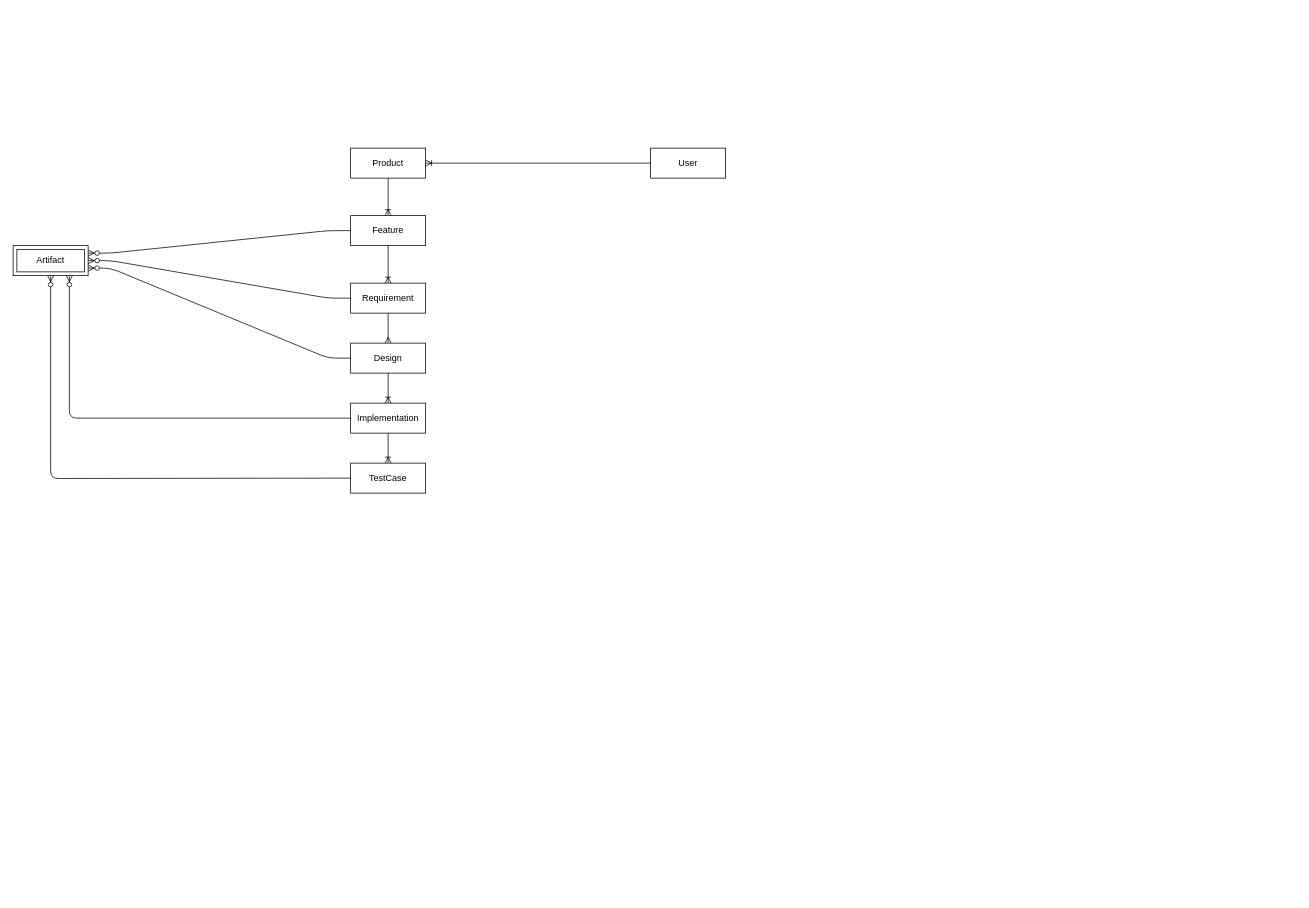
The draw.io diagram page "Page-1" (1 of 13) of hnc.drawio in haclong/drawings, before the edit. Source tidied: cells renumbered, new cells numbered last; positions are measured from the earlier drawing's top-left corner, leaving out a move shared by most shapes. Both pictures are drawn from the tidied source at 75%, with x=0, y=0 at pixel (13, 148).
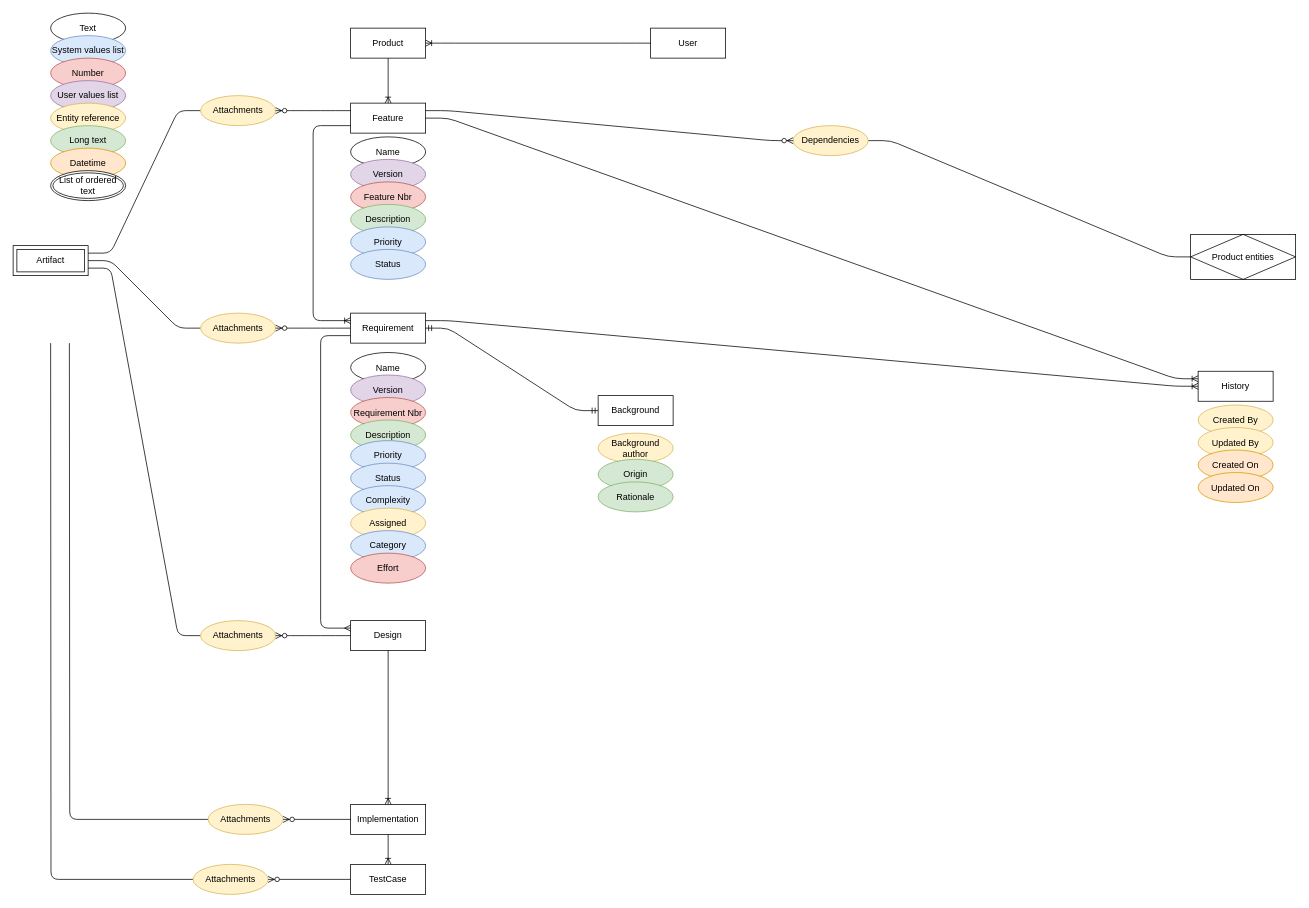
After the change.

Unchanged cells that the change refers to:
```xml
<mxCell id="15" value="Artifact" style="shape=ext;margin=3;double=1;whiteSpace=wrap;html=1;align=center;" parent="1" vertex="1">
  <mxGeometry y="130" width="100" height="40" as="geometry" />
</mxCell>
```

Change to the diagram source:
```diff
@@
+    <mxCell id="21" value="Name" style="ellipse;whiteSpace=wrap;html=1;align=center;" parent="1" vertex="1">
+      <mxGeometry x="450" y="272.5" width="100" height="40" as="geometry" />
+    </mxCell>
+    <mxCell id="22" value="Version" style="ellipse;whiteSpace=wrap;html=1;align=center;fillColor=#e1d5e7;strokeColor=#9673a6;" parent="1" vertex="1">
+      <mxGeometry x="450" y="302.5" width="100" height="40" as="geometry" />
+    </mxCell>
+    <mxCell id="23" value="Requirement Nbr" style="ellipse;whiteSpace=wrap;html=1;align=center;fillColor=#f8cecc;strokeColor=#b85450;" parent="1" vertex="1">
+      <mxGeometry x="450" y="332.5" width="100" height="40" as="geometry" />
+    </mxCell>
+    <mxCell id="24" value="Description" style="ellipse;whiteSpace=wrap;html=1;align=center;fillColor=#d5e8d4;strokeColor=#82b366;" parent="1" vertex="1">
+      <mxGeometry x="450" y="362.5" width="100" height="40" as="geometry" />
+    </mxCell>
     <mxCell id="2" value="User" style="whiteSpace=wrap;html=1;align=center;" parent="1" vertex="1">
-      <mxGeometry x="850" width="100" height="40" as="geometry" />
+      <mxGeometry x="850" y="-160" width="100" height="40" as="geometry" />
     </mxCell>
     <mxCell id="3" value="Product" style="whiteSpace=wrap;html=1;align=center;" parent="1" vertex="1">
-      <mxGeometry x="450" width="100" height="40" as="geometry" />
+      <mxGeometry x="450" y="-160" width="100" height="40" as="geometry" />
     </mxCell>
     <mxCell id="4" value="Feature" style="whiteSpace=wrap;html=1;align=center;" parent="1" vertex="1">
-      <mxGeometry x="450" y="90" width="100" height="40" as="geometry" />
+      <mxGeometry x="450" y="-60" width="100" height="40" as="geometry" />
     </mxCell>
     <mxCell id="5" value="Requirement" style="whiteSpace=wrap;html=1;align=center;" parent="1" vertex="1">
-      <mxGeometry x="450" y="180" width="100" height="40" as="geometry" />
+      <mxGeometry x="450" y="220" width="100" height="40" as="geometry" />
     </mxCell>
     <mxCell id="6" value="Design" style="whiteSpace=wrap;html=1;align=center;" parent="1" vertex="1">
-      <mxGeometry x="450" y="260" width="100" height="40" as="geometry" />
+      <mxGeometry x="450" y="630" width="100" height="40" as="geometry" />
     </mxCell>
     <mxCell id="7" value="Implementation" style="whiteSpace=wrap;html=1;align=center;" parent="1" vertex="1">
-      <mxGeometry x="450" y="340" width="100" height="40" as="geometry" />
+      <mxGeometry x="450" y="875" width="100" height="40" as="geometry" />
     </mxCell>
     <mxCell id="8" value="TestCase" style="whiteSpace=wrap;html=1;align=center;" parent="1" vertex="1">
-      <mxGeometry x="450" y="420" width="100" height="40" as="geometry" />
+      <mxGeometry x="450" y="955" width="100" height="40" as="geometry" />
     </mxCell>
@@
-    <mxCell id="11" style="fontSize=12;html=1;endArrow=ERoneToMany;exitX=0.5;exitY=1;exitDx=0;exitDy=0;" parent="1" edge="1" source="4" target="5">
-      <mxGeometry relative="1" as="geometry" />
+    <mxCell id="11" style="fontSize=12;html=1;endArrow=ERoneToMany;exitX=0;exitY=0.75;exitDx=0;exitDy=0;edgeStyle=orthogonalEdgeStyle;entryX=0;entryY=0.25;entryDx=0;entryDy=0;" parent="1" edge="1" source="4" target="5">
+      <mxGeometry relative="1" as="geometry">
+        <Array as="points">
+          <mxPoint x="400" y="-30" />
+          <mxPoint x="400" y="230" />
+        </Array>
+      </mxGeometry>
     </mxCell>
-    <mxCell id="12" style="fontSize=12;html=1;endArrow=ERmany;exitX=0.5;exitY=1;exitDx=0;exitDy=0;" parent="1" edge="1" source="5" target="6">
-      <mxGeometry relative="1" as="geometry" />
+    <mxCell id="12" style="fontSize=12;html=1;endArrow=ERmany;exitX=0;exitY=0.75;exitDx=0;exitDy=0;entryX=0;entryY=0.25;entryDx=0;entryDy=0;edgeStyle=orthogonalEdgeStyle;" parent="1" edge="1" source="5" target="6">
+      <mxGeometry relative="1" as="geometry">
+        <Array as="points">
+          <mxPoint x="410" y="250" />
+          <mxPoint x="410" y="640" />
+        </Array>
+      </mxGeometry>
     </mxCell>
@@
-    <mxCell id="16" style="edgeStyle=entityRelationEdgeStyle;fontSize=12;html=1;endArrow=ERzeroToMany;endFill=1;exitX=0;exitY=0.5;exitDx=0;exitDy=0;entryX=1;entryY=0.25;entryDx=0;entryDy=0;" parent="1" edge="1" source="4" target="15">
+    <mxCell id="16" style="edgeStyle=entityRelationEdgeStyle;fontSize=12;html=1;endArrow=none;endFill=0;exitX=0;exitY=0.5;exitDx=0;exitDy=0;entryX=1;entryY=0.25;entryDx=0;entryDy=0;startArrow=none;" parent="1" edge="1" source="32" target="15">
       <mxGeometry relative="1" as="geometry" />
     </mxCell>
-    <mxCell id="17" style="edgeStyle=entityRelationEdgeStyle;fontSize=12;html=1;endArrow=ERzeroToMany;endFill=1;exitX=0;exitY=0.5;exitDx=0;exitDy=0;entryX=1;entryY=0.5;entryDx=0;entryDy=0;" parent="1" edge="1" source="5" target="15">
+    <mxCell id="17" style="edgeStyle=entityRelationEdgeStyle;fontSize=12;html=1;endArrow=none;endFill=0;exitX=0;exitY=0.5;exitDx=0;exitDy=0;entryX=1;entryY=0.5;entryDx=0;entryDy=0;startArrow=none;" parent="1" edge="1" source="35" target="15">
       <mxGeometry relative="1" as="geometry" />
     </mxCell>
-    <mxCell id="18" style="edgeStyle=entityRelationEdgeStyle;fontSize=12;html=1;endArrow=ERzeroToMany;endFill=1;exitX=0;exitY=0.5;exitDx=0;exitDy=0;entryX=1;entryY=0.75;entryDx=0;entryDy=0;" parent="1" edge="1" source="6" target="15">
+    <mxCell id="18" style="edgeStyle=entityRelationEdgeStyle;fontSize=12;html=1;endArrow=none;endFill=0;exitX=0;exitY=0.5;exitDx=0;exitDy=0;entryX=1;entryY=0.75;entryDx=0;entryDy=0;startArrow=none;" parent="1" edge="1" source="37" target="15">
       <mxGeometry relative="1" as="geometry" />
     </mxCell>
-    <mxCell id="19" style="edgeStyle=orthogonalEdgeStyle;fontSize=12;html=1;endArrow=ERzeroToMany;endFill=1;exitX=0;exitY=0.5;exitDx=0;exitDy=0;entryX=0.75;entryY=1;entryDx=0;entryDy=0;elbow=vertical;" parent="1" edge="1" source="7" target="15">
-      <mxGeometry relative="1" as="geometry" />
+    <mxCell id="19" style="edgeStyle=orthogonalEdgeStyle;fontSize=12;html=1;endArrow=none;endFill=0;exitX=0;exitY=0.5;exitDx=0;exitDy=0;entryX=0.75;entryY=1;entryDx=0;entryDy=0;elbow=vertical;startArrow=none;" parent="1" edge="1" source="39">
+      <mxGeometry relative="1" as="geometry">
+        <mxPoint x="75" y="260" as="targetPoint" />
+      </mxGeometry>
     </mxCell>
-    <mxCell id="20" style="edgeStyle=orthogonalEdgeStyle;fontSize=12;html=1;endArrow=ERzeroToMany;endFill=1;entryX=0.5;entryY=1;entryDx=0;entryDy=0;" parent="1" edge="1" target="15">
+    <mxCell id="20" style="edgeStyle=orthogonalEdgeStyle;fontSize=12;html=1;endArrow=none;endFill=0;entryX=0.5;entryY=1;entryDx=0;entryDy=0;startArrow=none;" parent="1" edge="1" source="41">
       <mxGeometry relative="1" as="geometry">
-        <mxPoint x="450" y="440" as="sourcePoint" />
+        <mxPoint x="50" y="260" as="targetPoint" />
       </mxGeometry>
     </mxCell>
+    <mxCell id="25" value="Name" style="ellipse;whiteSpace=wrap;html=1;align=center;" parent="1" vertex="1">
+      <mxGeometry x="450" y="-15" width="100" height="40" as="geometry" />
+    </mxCell>
+    <mxCell id="26" value="Version" style="ellipse;whiteSpace=wrap;html=1;align=center;fillColor=#e1d5e7;strokeColor=#9673a6;" parent="1" vertex="1">
+      <mxGeometry x="450" y="15" width="100" height="40" as="geometry" />
+    </mxCell>
+    <mxCell id="27" value="Feature Nbr" style="ellipse;whiteSpace=wrap;html=1;align=center;fillColor=#f8cecc;strokeColor=#b85450;" parent="1" vertex="1">
+      <mxGeometry x="450" y="45" width="100" height="40" as="geometry" />
+    </mxCell>
+    <mxCell id="28" value="Text" style="ellipse;whiteSpace=wrap;html=1;align=center;" parent="1" vertex="1">
+      <mxGeometry x="50" y="-180" width="100" height="40" as="geometry" />
+    </mxCell>
+    <mxCell id="29" value="System values list" style="ellipse;whiteSpace=wrap;html=1;align=center;fillColor=#dae8fc;strokeColor=#6c8ebf;" parent="1" vertex="1">
+      <mxGeometry x="50" y="-150" width="100" height="40" as="geometry" />
+    </mxCell>
+    <mxCell id="30" value="Number" style="ellipse;whiteSpace=wrap;html=1;align=center;fillColor=#f8cecc;strokeColor=#b85450;" parent="1" vertex="1">
+      <mxGeometry x="50" y="-120" width="100" height="40" as="geometry" />
+    </mxCell>
+    <mxCell id="31" value="User values list" style="ellipse;whiteSpace=wrap;html=1;align=center;fillColor=#e1d5e7;strokeColor=#9673a6;" parent="1" vertex="1">
+      <mxGeometry x="50" y="-90" width="100" height="40" as="geometry" />
+    </mxCell>
+    <mxCell id="32" value="Attachments" style="ellipse;whiteSpace=wrap;html=1;align=center;fillColor=#fff2cc;strokeColor=#d6b656;" parent="1" vertex="1">
+      <mxGeometry x="250" y="-70" width="100" height="40" as="geometry" />
+    </mxCell>
+    <mxCell id="33" style="edgeStyle=entityRelationEdgeStyle;fontSize=12;html=1;endArrow=ERzeroToMany;endFill=1;exitX=0;exitY=0.25;exitDx=0;exitDy=0;entryX=1;entryY=0.5;entryDx=0;entryDy=0;" parent="1" edge="1" source="4" target="32">
+      <mxGeometry relative="1" as="geometry" />
+    </mxCell>
+    <mxCell id="34" value="Entity reference" style="ellipse;whiteSpace=wrap;html=1;align=center;fillColor=#fff2cc;strokeColor=#d6b656;" parent="1" vertex="1">
+      <mxGeometry x="50" y="-60" width="100" height="40" as="geometry" />
+    </mxCell>
+    <mxCell id="35" value="Attachments" style="ellipse;whiteSpace=wrap;html=1;align=center;fillColor=#fff2cc;strokeColor=#d6b656;" parent="1" vertex="1">
+      <mxGeometry x="250" y="220" width="100" height="40" as="geometry" />
+    </mxCell>
+    <mxCell id="36" style="edgeStyle=entityRelationEdgeStyle;fontSize=12;html=1;endArrow=ERzeroToMany;endFill=1;exitX=0;exitY=0.5;exitDx=0;exitDy=0;entryX=1;entryY=0.5;entryDx=0;entryDy=0;" parent="1" edge="1" source="5" target="35">
+      <mxGeometry relative="1" as="geometry" />
+    </mxCell>
+    <mxCell id="37" value="Attachments" style="ellipse;whiteSpace=wrap;html=1;align=center;fillColor=#fff2cc;strokeColor=#d6b656;" parent="1" vertex="1">
+      <mxGeometry x="250" y="630" width="100" height="40" as="geometry" />
+    </mxCell>
+    <mxCell id="38" style="edgeStyle=entityRelationEdgeStyle;fontSize=12;html=1;endArrow=ERzeroToMany;endFill=1;exitX=0;exitY=0.5;exitDx=0;exitDy=0;entryX=1;entryY=0.5;entryDx=0;entryDy=0;" parent="1" edge="1" source="6" target="37">
+      <mxGeometry relative="1" as="geometry" />
+    </mxCell>
+    <mxCell id="39" value="Attachments" style="ellipse;whiteSpace=wrap;html=1;align=center;fillColor=#fff2cc;strokeColor=#d6b656;" parent="1" vertex="1">
+      <mxGeometry x="260" y="875" width="100" height="40" as="geometry" />
+    </mxCell>
+    <mxCell id="40" style="fontSize=12;html=1;endArrow=ERzeroToMany;endFill=1;exitX=0;exitY=0.5;exitDx=0;exitDy=0;entryX=1;entryY=0.5;entryDx=0;entryDy=0;elbow=vertical;" parent="1" edge="1" source="7" target="39">
+      <mxGeometry relative="1" as="geometry" />
+    </mxCell>
+    <mxCell id="41" value="Attachments" style="ellipse;whiteSpace=wrap;html=1;align=center;fillColor=#fff2cc;strokeColor=#d6b656;" parent="1" vertex="1">
+      <mxGeometry x="240" y="955" width="100" height="40" as="geometry" />
+    </mxCell>
+    <mxCell id="42" style="fontSize=12;html=1;endArrow=ERzeroToMany;endFill=1;entryX=1;entryY=0.5;entryDx=0;entryDy=0;exitX=0;exitY=0.5;exitDx=0;exitDy=0;" parent="1" edge="1" source="8" target="41">
+      <mxGeometry relative="1" as="geometry" />
+    </mxCell>
+    <mxCell id="43" value="Long text" style="ellipse;whiteSpace=wrap;html=1;align=center;fillColor=#d5e8d4;strokeColor=#82b366;" parent="1" vertex="1">
+      <mxGeometry x="50" y="-30" width="100" height="40" as="geometry" />
+    </mxCell>
+    <mxCell id="44" value="Description" style="ellipse;whiteSpace=wrap;html=1;align=center;fillColor=#d5e8d4;strokeColor=#82b366;" parent="1" vertex="1">
+      <mxGeometry x="450" y="75" width="100" height="40" as="geometry" />
+    </mxCell>
+    <mxCell id="45" value="Product entities" style="shape=associativeEntity;whiteSpace=wrap;html=1;align=center;" parent="1" vertex="1">
+      <mxGeometry x="1570" y="115" width="140" height="60" as="geometry" />
+    </mxCell>
+    <mxCell id="46" style="edgeStyle=entityRelationEdgeStyle;fontSize=12;html=1;endArrow=none;endFill=0;exitX=1;exitY=0.5;exitDx=0;exitDy=0;entryX=0;entryY=0.5;entryDx=0;entryDy=0;startArrow=none;" parent="1" edge="1" source="47" target="45">
+      <mxGeometry relative="1" as="geometry" />
+    </mxCell>
+    <mxCell id="47" value="Dependencies" style="ellipse;whiteSpace=wrap;html=1;align=center;fillColor=#fff2cc;strokeColor=#d6b656;" parent="1" vertex="1">
+      <mxGeometry x="1040" y="-30" width="100" height="40" as="geometry" />
+    </mxCell>
+    <mxCell id="48" style="edgeStyle=entityRelationEdgeStyle;fontSize=12;html=1;endArrow=ERzeroToMany;endFill=1;exitX=1;exitY=0.25;exitDx=0;exitDy=0;entryX=0;entryY=0.5;entryDx=0;entryDy=0;" parent="1" edge="1" source="4" target="47">
+      <mxGeometry relative="1" as="geometry" />
+    </mxCell>
+    <mxCell id="49" value="Created By" style="ellipse;whiteSpace=wrap;html=1;align=center;fillColor=#fff2cc;strokeColor=#d6b656;" parent="1" vertex="1">
+      <mxGeometry x="1580" y="342.5" width="100" height="40" as="geometry" />
+    </mxCell>
+    <mxCell id="50" value="Updated By" style="ellipse;whiteSpace=wrap;html=1;align=center;fillColor=#fff2cc;strokeColor=#d6b656;" parent="1" vertex="1">
+      <mxGeometry x="1580" y="372.5" width="100" height="40" as="geometry" />
+    </mxCell>
+    <mxCell id="51" value="Datetime" style="ellipse;whiteSpace=wrap;html=1;align=center;fillColor=#ffe6cc;strokeColor=#d79b00;" parent="1" vertex="1">
+      <mxGeometry x="50" width="100" height="40" as="geometry" />
+    </mxCell>
+    <mxCell id="52" value="Created On" style="ellipse;whiteSpace=wrap;html=1;align=center;fillColor=#ffe6cc;strokeColor=#d79b00;" parent="1" vertex="1">
+      <mxGeometry x="1580" y="402.5" width="100" height="40" as="geometry" />
+    </mxCell>
+    <mxCell id="53" value="Updated On" style="ellipse;whiteSpace=wrap;html=1;align=center;fillColor=#ffe6cc;strokeColor=#d79b00;" parent="1" vertex="1">
+      <mxGeometry x="1580" y="432.5" width="100" height="40" as="geometry" />
+    </mxCell>
+    <mxCell id="54" value="Priority" style="ellipse;whiteSpace=wrap;html=1;align=center;fillColor=#dae8fc;strokeColor=#6c8ebf;" parent="1" vertex="1">
+      <mxGeometry x="450" y="390" width="100" height="40" as="geometry" />
+    </mxCell>
+    <mxCell id="55" value="Status" style="ellipse;whiteSpace=wrap;html=1;align=center;fillColor=#dae8fc;strokeColor=#6c8ebf;" parent="1" vertex="1">
+      <mxGeometry x="450" y="420" width="100" height="40" as="geometry" />
+    </mxCell>
+    <mxCell id="56" value="Complexity" style="ellipse;whiteSpace=wrap;html=1;align=center;fillColor=#dae8fc;strokeColor=#6c8ebf;" parent="1" vertex="1">
+      <mxGeometry x="450" y="450" width="100" height="40" as="geometry" />
+    </mxCell>
+    <mxCell id="57" value="Assigned" style="ellipse;whiteSpace=wrap;html=1;align=center;fillColor=#fff2cc;strokeColor=#d6b656;" parent="1" vertex="1">
+      <mxGeometry x="450" y="480" width="100" height="40" as="geometry" />
+    </mxCell>
+    <mxCell id="58" value="Category" style="ellipse;whiteSpace=wrap;html=1;align=center;fillColor=#dae8fc;strokeColor=#6c8ebf;" parent="1" vertex="1">
+      <mxGeometry x="450" y="510" width="100" height="40" as="geometry" />
+    </mxCell>
+    <mxCell id="59" value="Effort" style="ellipse;whiteSpace=wrap;html=1;align=center;fillColor=#f8cecc;strokeColor=#b85450;" parent="1" vertex="1">
+      <mxGeometry x="450" y="540" width="100" height="40" as="geometry" />
+    </mxCell>
+    <mxCell id="60" value="List of ordered text" style="ellipse;shape=doubleEllipse;margin=3;whiteSpace=wrap;html=1;align=center;" parent="1" vertex="1">
+      <mxGeometry x="50" y="30" width="100" height="40" as="geometry" />
+    </mxCell>
+    <mxCell id="61" value="Background author" style="ellipse;whiteSpace=wrap;html=1;align=center;fillColor=#fff2cc;strokeColor=#d6b656;" parent="1" vertex="1">
+      <mxGeometry x="780" y="380" width="100" height="40" as="geometry" />
+    </mxCell>
+    <mxCell id="62" value="Origin" style="ellipse;whiteSpace=wrap;html=1;align=center;fillColor=#d5e8d4;strokeColor=#82b366;" parent="1" vertex="1">
+      <mxGeometry x="780" y="415" width="100" height="40" as="geometry" />
+    </mxCell>
+    <mxCell id="63" value="Rationale" style="ellipse;whiteSpace=wrap;html=1;align=center;fillColor=#d5e8d4;strokeColor=#82b366;" parent="1" vertex="1">
+      <mxGeometry x="780" y="445" width="100" height="40" as="geometry" />
+    </mxCell>
+    <mxCell id="64" value="History" style="whiteSpace=wrap;html=1;align=center;" parent="1" vertex="1">
+      <mxGeometry x="1580" y="297.5" width="100" height="40" as="geometry" />
+    </mxCell>
+    <mxCell id="65" style="edgeStyle=entityRelationEdgeStyle;fontSize=12;html=1;endArrow=ERoneToMany;exitX=1;exitY=0.5;exitDx=0;exitDy=0;entryX=0;entryY=0.25;entryDx=0;entryDy=0;" parent="1" edge="1" source="4" target="64">
+      <mxGeometry relative="1" as="geometry" />
+    </mxCell>
+    <mxCell id="66" style="edgeStyle=entityRelationEdgeStyle;fontSize=12;html=1;endArrow=ERoneToMany;exitX=1;exitY=0.25;exitDx=0;exitDy=0;entryX=0;entryY=0.5;entryDx=0;entryDy=0;" parent="1" edge="1" source="5" target="64">
+      <mxGeometry relative="1" as="geometry" />
+    </mxCell>
+    <mxCell id="67" value="Background" style="whiteSpace=wrap;html=1;align=center;" parent="1" vertex="1">
+      <mxGeometry x="780" y="330" width="100" height="40" as="geometry" />
+    </mxCell>
+    <mxCell id="68" style="edgeStyle=entityRelationEdgeStyle;fontSize=12;html=1;endArrow=ERmandOne;startArrow=ERmandOne;exitX=1;exitY=0.5;exitDx=0;exitDy=0;entryX=0;entryY=0.5;entryDx=0;entryDy=0;" parent="1" edge="1" source="5" target="67">
+      <mxGeometry relative="1" as="geometry" />
+    </mxCell>
+    <mxCell id="69" value="Priority" style="ellipse;whiteSpace=wrap;html=1;align=center;fillColor=#dae8fc;strokeColor=#6c8ebf;" parent="1" vertex="1">
+      <mxGeometry x="450" y="105" width="100" height="40" as="geometry" />
+    </mxCell>
+    <mxCell id="70" value="Status" style="ellipse;whiteSpace=wrap;html=1;align=center;fillColor=#dae8fc;strokeColor=#6c8ebf;" parent="1" vertex="1">
+      <mxGeometry x="450" y="135" width="100" height="40" as="geometry" />
+    </mxCell>
```
